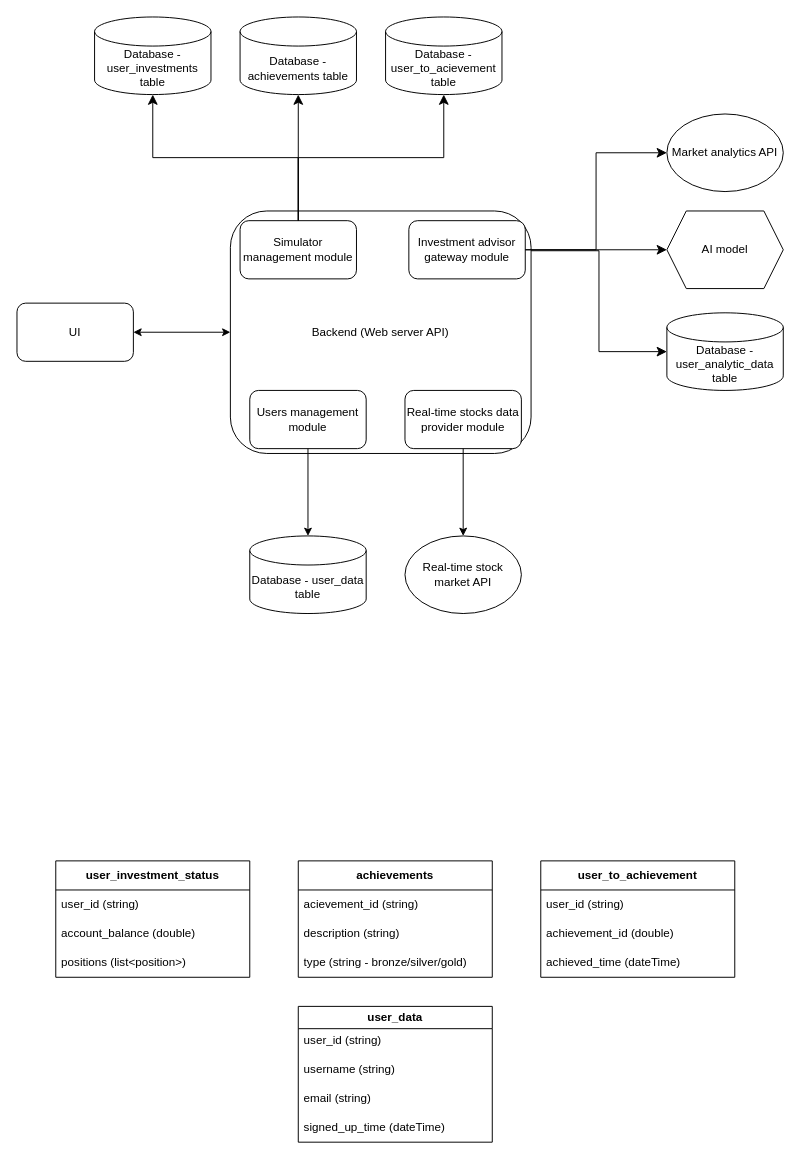
Earlier version of the draw.io diagram Stock4u.drawio (amit-10/Stock4U). Source tidied: cells renumbered, new cells numbered last; positions are measured from the earlier drawing's top-left corner, leaving out a move shared by most shapes. Both pictures are drawn from the tidied source at 97%, with x=0, y=0 at pixel (16, 16).
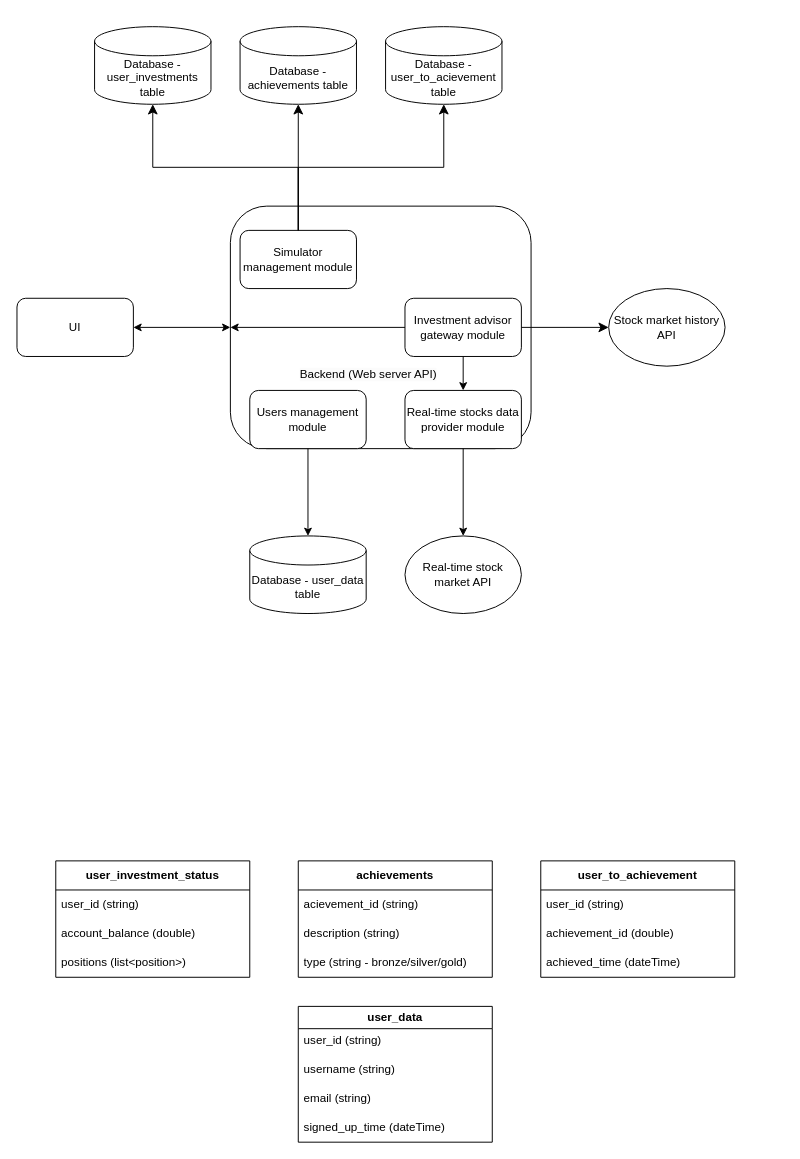
After the change.

Unchanged cells that the change refers to:
```xml
<mxCell id="5" value="Real-time stocks data provider module" style="rounded=1;whiteSpace=wrap;html=1;" parent="1" vertex="1">
  <mxGeometry x="400" y="385" width="120" height="60" as="geometry" />
</mxCell>
```

Change to the diagram source:
```diff
@@
     <mxCell id="2" value="UI" style="rounded=1;whiteSpace=wrap;html=1;" parent="1" vertex="1">
-      <mxGeometry y="295" width="120" height="60" as="geometry" />
+      <mxGeometry y="290" width="120" height="60" as="geometry" />
     </mxCell>
-    <mxCell id="3" value="Backend (Web server API)" style="rounded=1;whiteSpace=wrap;html=1;" parent="1" vertex="1">
-      <mxGeometry x="220" y="200" width="310" height="250" as="geometry" />
+    <mxCell id="3" style="rounded=1;whiteSpace=wrap;html=1;" parent="1" vertex="1">
+      <mxGeometry x="220" y="195" width="310" height="250" as="geometry" />
     </mxCell>
@@
     <mxCell id="6" value="Simulator management module" style="rounded=1;whiteSpace=wrap;html=1;" parent="1" vertex="1">
-      <mxGeometry x="230" y="210" width="120" height="60" as="geometry" />
+      <mxGeometry x="230" y="220" width="120" height="60" as="geometry" />
     </mxCell>
     <mxCell id="7" value="Investment advisor gateway module" style="rounded=1;whiteSpace=wrap;html=1;" parent="1" vertex="1">
-      <mxGeometry x="404" y="210" width="120" height="60" as="geometry" />
+      <mxGeometry x="400" y="290" width="120" height="60" as="geometry" />
     </mxCell>
@@
     <mxCell id="12" value="Database - user_investments table" style="shape=cylinder3;whiteSpace=wrap;html=1;boundedLbl=1;backgroundOutline=1;size=15;" parent="1" vertex="1">
-      <mxGeometry x="80" width="120" height="80" as="geometry" />
+      <mxGeometry x="80" y="10" width="120" height="80" as="geometry" />
     </mxCell>
     <mxCell id="13" value="Database - achievements table" style="shape=cylinder3;whiteSpace=wrap;html=1;boundedLbl=1;backgroundOutline=1;size=15;" parent="1" vertex="1">
-      <mxGeometry x="230" width="120" height="80" as="geometry" />
+      <mxGeometry x="230" y="10" width="120" height="80" as="geometry" />
     </mxCell>
     <mxCell id="14" value="Database - user_to_acievement table" style="shape=cylinder3;whiteSpace=wrap;html=1;boundedLbl=1;backgroundOutline=1;size=15;" parent="1" vertex="1">
-      <mxGeometry x="380" width="120" height="80" as="geometry" />
+      <mxGeometry x="380" y="10" width="120" height="80" as="geometry" />
     </mxCell>
@@
     <mxCell id="17" style="edgeStyle=elbowEdgeStyle;elbow=vertical;endArrow=classic;html=1;curved=0;rounded=0;endSize=8;startSize=8;entryX=0.5;entryY=1;entryDx=0;entryDy=0;entryPerimeter=0;" parent="1" edge="1" target="14">
       <mxGeometry relative="1" as="geometry">
-        <mxPoint x="290" y="210" as="sourcePoint" />
+        <mxPoint x="290" y="220" as="sourcePoint" />
       </mxGeometry>
     </mxCell>
@@
-    <mxCell id="19" value="AI model" style="shape=hexagon;perimeter=hexagonPerimeter2;whiteSpace=wrap;html=1;fixedSize=1;" parent="1" vertex="1">
-      <mxGeometry x="670" y="200" width="120" height="80" as="geometry" />
-    </mxCell>
-    <mxCell id="20" value="Market analytics API" style="ellipse;whiteSpace=wrap;html=1;" parent="1" vertex="1">
-      <mxGeometry x="670" y="100" width="120" height="80" as="geometry" />
+    <mxCell id="20" value="Stock market history API" style="ellipse;whiteSpace=wrap;html=1;" parent="1" vertex="1">
+      <mxGeometry x="610" y="280" width="120" height="80" as="geometry" />
     </mxCell>
-    <mxCell id="21" value="Database - user_analytic_data table" style="shape=cylinder3;whiteSpace=wrap;html=1;boundedLbl=1;backgroundOutline=1;size=15;" parent="1" vertex="1">
-      <mxGeometry x="670" y="305" width="120" height="80" as="geometry" />
-    </mxCell>
@@
-    <mxCell id="23" style="edgeStyle=elbowEdgeStyle;elbow=horizontal;endArrow=classic;html=1;curved=0;rounded=0;endSize=8;startSize=8;entryX=0;entryY=0.5;entryDx=0;entryDy=0;exitX=1;exitY=0.5;exitDx=0;exitDy=0;" parent="1" edge="1" source="7" target="19">
-      <mxGeometry relative="1" as="geometry" />
-    </mxCell>
-    <mxCell id="24" style="edgeStyle=elbowEdgeStyle;elbow=horizontal;endArrow=classic;html=1;curved=0;rounded=0;endSize=8;startSize=8;entryX=0;entryY=0.5;entryDx=0;entryDy=0;entryPerimeter=0;exitX=1;exitY=0.164;exitDx=0;exitDy=0;exitPerimeter=0;" parent="1" edge="1" source="3" target="21">
-      <mxGeometry relative="1" as="geometry" />
-    </mxCell>
@@
+    <mxCell id="42" style="endArrow=classic;html=1;rounded=0;entryX=0.5;entryY=0;entryDx=0;entryDy=0;exitX=0.5;exitY=1;exitDx=0;exitDy=0;" parent="1" edge="1" source="7" target="5">
+      <mxGeometry relative="1" as="geometry" />
+    </mxCell>
+    <mxCell id="43" value="&lt;span style=&quot;color: rgb(0, 0, 0); font-family: Helvetica; font-size: 12px; font-style: normal; font-variant-ligatures: normal; font-variant-caps: normal; font-weight: 400; letter-spacing: normal; orphans: 2; text-align: center; text-indent: 0px; text-transform: none; widows: 2; word-spacing: 0px; -webkit-text-stroke-width: 0px; white-space: normal; background-color: rgb(251, 251, 251); text-decoration-thickness: initial; text-decoration-style: initial; text-decoration-color: initial; display: inline !important; float: none;&quot;&gt;Backend (Web server API)&lt;/span&gt;" style="text;whiteSpace=wrap;html=1;" parent="1" vertex="1">
+      <mxGeometry x="290" y="355" width="170" height="40" as="geometry" />
+    </mxCell>
+    <mxCell id="44" style="endArrow=classic;html=1;rounded=0;exitX=0;exitY=0.5;exitDx=0;exitDy=0;entryX=0;entryY=0.5;entryDx=0;entryDy=0;" parent="1" edge="1" source="7" target="3">
+      <mxGeometry relative="1" as="geometry" />
+    </mxCell>
```
